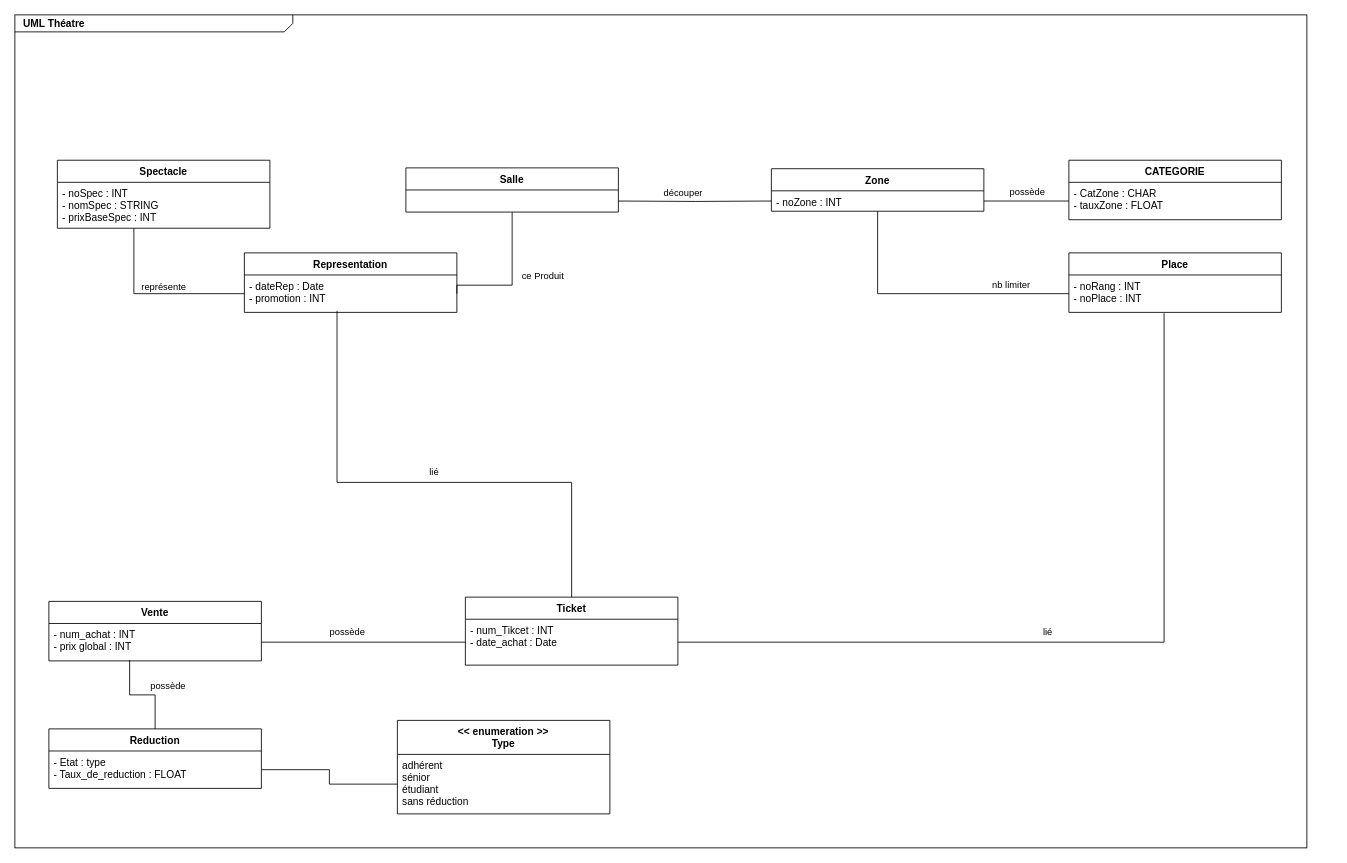
NoxFly/CEBD-project-theater keeps this draw.io diagram as UML_diagram.drawio. Above is the earlier version. Source tidied: cells renumbered, new cells numbered last; positions are measured from the earlier drawing's top-left corner, leaving out a move shared by most shapes. Both pictures are drawn from the tidied source at 85%, with x=0, y=0 at pixel (14, 14).
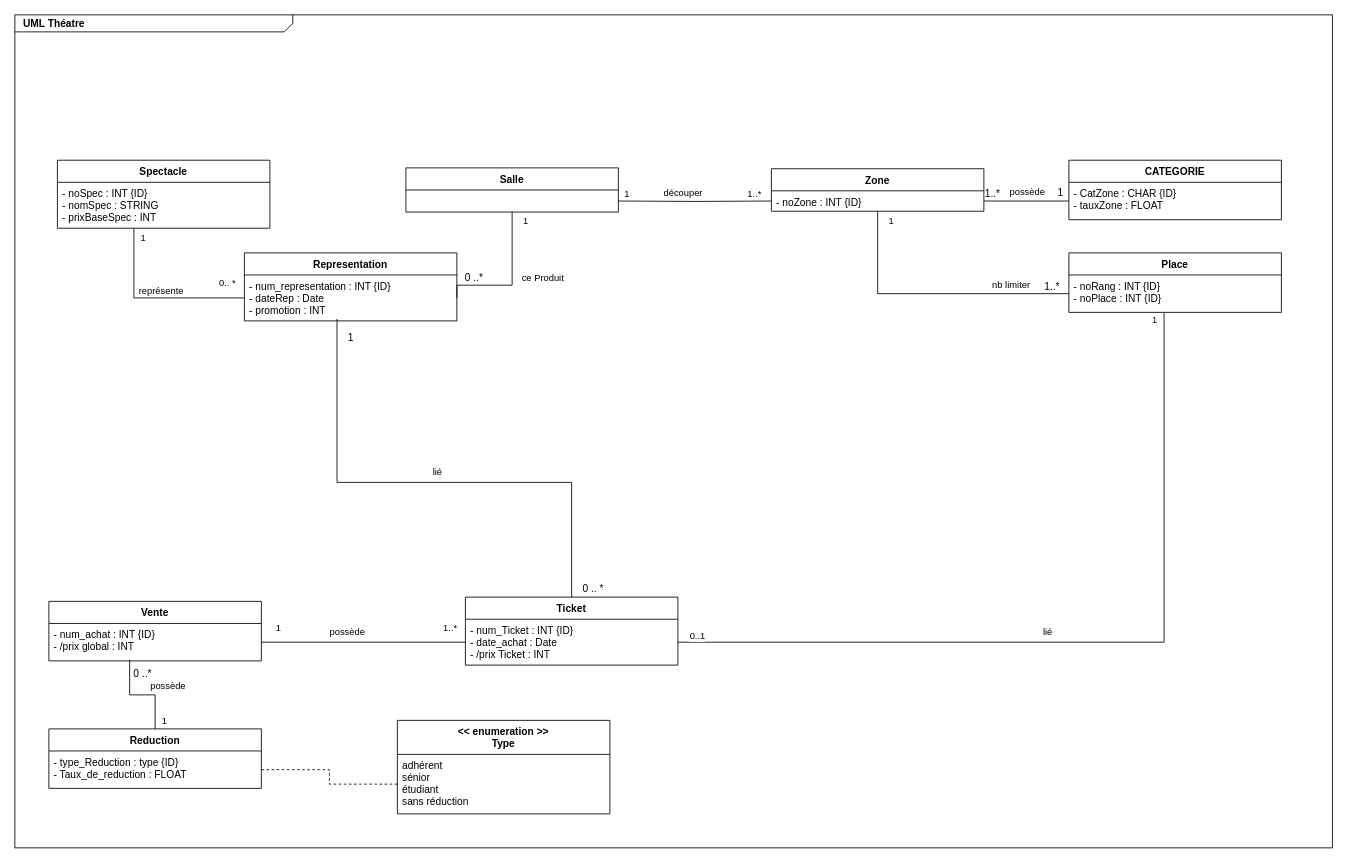
After the change.

The change refers to these unchanged cells:
```xml
<mxCell id="3" style="edgeStyle=orthogonalEdgeStyle;rounded=0;jettySize=auto;html=1;entryX=0.5;entryY=1;entryDx=0;entryDy=0;endArrow=none;endFill=0;exitX=1;exitY=0.5;exitDx=0;exitDy=0;" parent="1" edge="1" source="29" target="7">
  <mxGeometry relative="1" as="geometry">
    <Array as="points">
      <mxPoint x="585" y="318" />
    </Array>
  </mxGeometry>
</mxCell>
<mxCell id="5" value="Spectacle" style="swimlane;fontStyle=1;align=center;verticalAlign=top;horizontal=1;startSize=26;" parent="1" vertex="1">
  <mxGeometry x="50" y="171" width="250" height="80" as="geometry" />
</mxCell>
<mxCell id="8" value="Place" style="swimlane;fontStyle=1;align=center;verticalAlign=top;horizontal=1;startSize=26;" parent="1" vertex="1">
  <mxGeometry x="1240" y="280" width="250" height="70" as="geometry" />
</mxCell>
<mxCell id="10" value="CATEGORIE" style="swimlane;fontStyle=1;align=center;verticalAlign=top;horizontal=1;startSize=26;" parent="1" vertex="1">
  <mxGeometry x="1240" y="171" width="250" height="70" as="geometry" />
</mxCell>
<mxCell id="12" style="edgeStyle=orthogonalEdgeStyle;rounded=0;jettySize=auto;html=1;entryX=0.448;entryY=1.023;entryDx=0;entryDy=0;entryPerimeter=0;endArrow=none;endFill=0;exitX=1;exitY=0.5;exitDx=0;exitDy=0;" parent="1" edge="1" source="16" target="9">
  <mxGeometry relative="1" as="geometry" />
</mxCell>
<mxCell id="15" value="Ticket" style="swimlane;fontStyle=1;align=center;verticalAlign=top;horizontal=1;startSize=26;" parent="1" vertex="1">
  <mxGeometry x="530" y="685" width="250" height="80" as="geometry" />
</mxCell>
<mxCell id="17" style="edgeStyle=orthogonalEdgeStyle;rounded=0;jettySize=auto;html=1;entryX=0;entryY=0.5;entryDx=0;entryDy=0;endArrow=none;endFill=0;" parent="1" edge="1" source="19" target="9">
  <mxGeometry relative="1" as="geometry">
    <Array as="points">
      <mxPoint x="1015" y="328" />
    </Array>
  </mxGeometry>
</mxCell>
<mxCell id="19" value="Zone&#10;" style="swimlane;fontStyle=1;align=center;verticalAlign=top;horizontal=1;startSize=26;" parent="1" vertex="1">
  <mxGeometry x="890" y="181" width="250" height="50" as="geometry" />
</mxCell>
<mxCell id="21" value="découper" style="edgeStyle=orthogonalEdgeStyle;rounded=0;jettySize=auto;html=1;entryX=0;entryY=0.5;entryDx=0;entryDy=0;endArrow=none;endFill=0;" parent="1" edge="1" target="20">
  <mxGeometry x="-0.16" y="9" relative="1" as="geometry">
    <mxPoint x="710" y="219" as="sourcePoint" />
  </mxGeometry>
</mxCell>
<mxCell id="24" value="Vente" style="swimlane;fontStyle=1;align=center;verticalAlign=top;horizontal=1;startSize=26;" parent="1" vertex="1">
  <mxGeometry x="40" y="690" width="250" height="70" as="geometry" />
</mxCell>
<mxCell id="26" style="edgeStyle=orthogonalEdgeStyle;rounded=0;jettySize=auto;html=1;entryX=0;entryY=0.5;entryDx=0;entryDy=0;endArrow=none;endFill=0;" parent="1" edge="1" source="25" target="16">
  <mxGeometry relative="1" as="geometry" />
</mxCell>
<mxCell id="30" value="représente" style="edgeStyle=orthogonalEdgeStyle;rounded=0;jettySize=auto;html=1;entryX=0.36;entryY=1;entryDx=0;entryDy=0;entryPerimeter=0;endArrow=none;endFill=0;" parent="1" edge="1" source="29" target="6">
  <mxGeometry x="-0.08" y="-8" relative="1" as="geometry" />
</mxCell>
<mxCell id="31" value="possède" style="edgeStyle=orthogonalEdgeStyle;rounded=0;jettySize=auto;html=1;entryX=0.38;entryY=0.977;entryDx=0;entryDy=0;entryPerimeter=0;endArrow=none;endFill=0;" parent="1" edge="1" source="32" target="25">
  <mxGeometry x="-0.28" y="-18" relative="1" as="geometry">
    <mxPoint x="15" y="8" as="offset" />
  </mxGeometry>
</mxCell>
<mxCell id="32" value="Reduction" style="swimlane;fontStyle=1;align=center;verticalAlign=top;horizontal=1;startSize=26;" parent="1" vertex="1">
  <mxGeometry x="40" y="840" width="250" height="70" as="geometry" />
</mxCell>
<mxCell id="35" value="adhérent&#10;sénior&#10;étudiant&#10;sans réduction&#10;" style="text;strokeColor=none;fillColor=none;align=left;verticalAlign=top;spacingLeft=4;spacingRight=4;overflow=hidden;points=[[0,0.5],[1,0.5]];portConstraint=eastwest;" parent="34" vertex="1">
  <mxGeometry y="40" width="250" height="70" as="geometry" />
</mxCell>
```

Change to the diagram source:
```diff
@@
     <mxCell id="2" value="&lt;p style=&quot;margin: 0px ; margin-top: 4px ; margin-left: 10px ; text-align: left&quot;&gt;&lt;b&gt;UML Théatre&lt;/b&gt;&lt;/p&gt;" style="html=1;strokeWidth=1;shape=mxgraph.sysml.package;html=1;overflow=fill;whiteSpace=wrap;fillColor=none;gradientColor=none;fontSize=12;align=center;labelX=327.64;" parent="1" vertex="1">
-      <mxGeometry width="1520" height="980" as="geometry" />
+      <mxGeometry width="1550" height="980" as="geometry" />
     </mxCell>
@@
+    <mxCell id="37" value="1" style="edgeLabel;html=1;align=center;verticalAlign=middle;" parent="3" vertex="1">
+      <mxGeometry x="0.8" y="-2" relative="1" as="geometry">
+        <mxPoint x="13" y="-8" as="offset" />
+      </mxGeometry>
+    </mxCell>
@@
-    <mxCell id="6" value="- noSpec : INT&#10;- nomSpec : STRING&#10;- prixBaseSpec : INT" style="text;strokeColor=none;fillColor=none;align=left;verticalAlign=top;spacingLeft=4;spacingRight=4;overflow=hidden;points=[[0,0.5],[1,0.5]];portConstraint=eastwest;" parent="5" vertex="1">
+    <mxCell id="6" value="- noSpec : INT {ID}&#10;- nomSpec : STRING&#10;- prixBaseSpec : INT" style="text;strokeColor=none;fillColor=none;align=left;verticalAlign=top;spacingLeft=4;spacingRight=4;overflow=hidden;points=[[0,0.5],[1,0.5]];portConstraint=eastwest;" parent="5" vertex="1">
       <mxGeometry y="26" width="250" height="54" as="geometry" />
     </mxCell>
@@
-    <mxCell id="9" value="- noRang : INT&#10;- noPlace : INT" style="text;strokeColor=none;fillColor=none;align=left;verticalAlign=top;spacingLeft=4;spacingRight=4;overflow=hidden;points=[[0,0.5],[1,0.5]];portConstraint=eastwest;" parent="8" vertex="1">
+    <mxCell id="9" value="- noRang : INT {ID}&#10;- noPlace : INT {ID}" style="text;strokeColor=none;fillColor=none;align=left;verticalAlign=top;spacingLeft=4;spacingRight=4;overflow=hidden;points=[[0,0.5],[1,0.5]];portConstraint=eastwest;" parent="8" vertex="1">
       <mxGeometry y="26" width="250" height="44" as="geometry" />
     </mxCell>
@@
-    <mxCell id="11" value="- CatZone : CHAR&#10;- tauxZone : FLOAT" style="text;strokeColor=none;fillColor=none;align=left;verticalAlign=top;spacingLeft=4;spacingRight=4;overflow=hidden;points=[[0,0.5],[1,0.5]];portConstraint=eastwest;" parent="10" vertex="1">
+    <mxCell id="11" value="- CatZone : CHAR {ID}&#10;- tauxZone : FLOAT" style="text;strokeColor=none;fillColor=none;align=left;verticalAlign=top;spacingLeft=4;spacingRight=4;overflow=hidden;points=[[0,0.5],[1,0.5]];portConstraint=eastwest;" parent="10" vertex="1">
       <mxGeometry y="26" width="250" height="44" as="geometry" />
     </mxCell>
@@
+    <mxCell id="38" value="0..1" style="edgeLabel;html=1;align=center;verticalAlign=middle;" parent="12" vertex="1">
+      <mxGeometry x="-0.96" y="1" relative="1" as="geometry">
+        <mxPoint x="3" y="-7" as="offset" />
+      </mxGeometry>
+    </mxCell>
+    <mxCell id="39" value="1" style="edgeLabel;html=1;align=center;verticalAlign=middle;" parent="12" vertex="1">
+      <mxGeometry x="0.96" relative="1" as="geometry">
+        <mxPoint x="-12" y="-12" as="offset" />
+      </mxGeometry>
+    </mxCell>
@@
-    <mxCell id="16" value="- num_Tikcet : INT&#10;- date_achat : Date" style="text;strokeColor=none;fillColor=none;align=left;verticalAlign=top;spacingLeft=4;spacingRight=4;overflow=hidden;points=[[0,0.5],[1,0.5]];portConstraint=eastwest;" parent="15" vertex="1">
+    <mxCell id="16" value="- num_Ticket : INT {ID}&#10;- date_achat : Date&#10;- /prix Ticket : INT" style="text;strokeColor=none;fillColor=none;align=left;verticalAlign=top;spacingLeft=4;spacingRight=4;overflow=hidden;points=[[0,0.5],[1,0.5]];portConstraint=eastwest;" parent="15" vertex="1">
       <mxGeometry y="26" width="250" height="54" as="geometry" />
     </mxCell>
@@
+    <mxCell id="40" value="1" style="edgeLabel;html=1;align=center;verticalAlign=middle;" parent="17" vertex="1">
+      <mxGeometry x="-0.84" relative="1" as="geometry">
+        <mxPoint x="15" y="-16" as="offset" />
+      </mxGeometry>
+    </mxCell>
@@
-    <mxCell id="20" value="- noZone : INT" style="text;strokeColor=none;fillColor=none;align=left;verticalAlign=top;spacingLeft=4;spacingRight=4;overflow=hidden;points=[[0,0.5],[1,0.5]];portConstraint=eastwest;" parent="19" vertex="1">
+    <mxCell id="20" value="- noZone : INT {ID}" style="text;strokeColor=none;fillColor=none;align=left;verticalAlign=top;spacingLeft=4;spacingRight=4;overflow=hidden;points=[[0,0.5],[1,0.5]];portConstraint=eastwest;" parent="19" vertex="1">
       <mxGeometry y="26" width="250" height="24" as="geometry" />
     </mxCell>
@@
+    <mxCell id="41" value="1..*" style="edgeLabel;html=1;align=center;verticalAlign=middle;" parent="21" vertex="1">
+      <mxGeometry x="0.4" relative="1" as="geometry">
+        <mxPoint x="34" y="-9" as="offset" />
+      </mxGeometry>
+    </mxCell>
+    <mxCell id="42" value="1" style="edgeLabel;html=1;align=center;verticalAlign=middle;" parent="21" vertex="1">
+      <mxGeometry x="-0.76" relative="1" as="geometry">
+        <mxPoint x="-12" y="-9" as="offset" />
+      </mxGeometry>
+    </mxCell>
@@
-    <mxCell id="25" value="- num_achat : INT&#10;- prix global : INT" style="text;strokeColor=none;fillColor=none;align=left;verticalAlign=top;spacingLeft=4;spacingRight=4;overflow=hidden;points=[[0,0.5],[1,0.5]];portConstraint=eastwest;" parent="24" vertex="1">
+    <mxCell id="25" value="- num_achat : INT {ID}&#10;- /prix global : INT " style="text;strokeColor=none;fillColor=none;align=left;verticalAlign=top;spacingLeft=4;spacingRight=4;overflow=hidden;points=[[0,0.5],[1,0.5]];portConstraint=eastwest;" parent="24" vertex="1">
       <mxGeometry y="26" width="250" height="44" as="geometry" />
     </mxCell>
@@
+    <mxCell id="43" value="1..*" style="edgeLabel;html=1;align=center;verticalAlign=middle;" parent="26" vertex="1">
+      <mxGeometry x="0.58" relative="1" as="geometry">
+        <mxPoint x="31" y="-18" as="offset" />
+      </mxGeometry>
+    </mxCell>
+    <mxCell id="44" value="1" style="edgeLabel;html=1;align=center;verticalAlign=middle;" parent="26" vertex="1">
+      <mxGeometry x="-0.84" y="-1" relative="1" as="geometry">
+        <mxPoint y="-19" as="offset" />
+      </mxGeometry>
+    </mxCell>
     <mxCell id="28" value="Representation" style="swimlane;fontStyle=1;align=center;verticalAlign=top;horizontal=1;startSize=26;" parent="1" vertex="1">
-      <mxGeometry x="270" y="280" width="250" height="70" as="geometry" />
+      <mxGeometry x="270" y="280" width="250" height="80" as="geometry" />
     </mxCell>
-    <mxCell id="29" value="- dateRep : Date&#10;- promotion : INT" style="text;strokeColor=none;fillColor=none;align=left;verticalAlign=top;spacingLeft=4;spacingRight=4;overflow=hidden;points=[[0,0.5],[1,0.5]];portConstraint=eastwest;" parent="28" vertex="1">
-      <mxGeometry y="26" width="250" height="44" as="geometry" />
+    <mxCell id="29" value="- num_representation : INT {ID}&#10;- dateRep : Date&#10;- promotion : INT" style="text;strokeColor=none;fillColor=none;align=left;verticalAlign=top;spacingLeft=4;spacingRight=4;overflow=hidden;points=[[0,0.5],[1,0.5]];portConstraint=eastwest;" parent="28" vertex="1">
+      <mxGeometry y="26" width="250" height="54" as="geometry" />
     </mxCell>
@@
+    <mxCell id="45" value="1" style="edgeLabel;html=1;align=center;verticalAlign=middle;" parent="30" vertex="1">
+      <mxGeometry x="0.78" y="2" relative="1" as="geometry">
+        <mxPoint x="12" y="-13" as="offset" />
+      </mxGeometry>
+    </mxCell>
+    <mxCell id="46" value="0.. *" style="edgeLabel;html=1;align=center;verticalAlign=middle;" parent="30" vertex="1">
+      <mxGeometry x="-0.52" y="-2" relative="1" as="geometry">
+        <mxPoint x="30" y="-16" as="offset" />
+      </mxGeometry>
+    </mxCell>
@@
+    <mxCell id="47" value="1" style="edgeLabel;html=1;align=center;verticalAlign=middle;" parent="31" vertex="1">
+      <mxGeometry x="-0.83" y="-1" relative="1" as="geometry">
+        <mxPoint x="9" y="-1" as="offset" />
+      </mxGeometry>
+    </mxCell>
@@
-    <mxCell id="33" value="- Etat : type&#10;- Taux_de_reduction : FLOAT" style="text;strokeColor=none;fillColor=none;align=left;verticalAlign=top;spacingLeft=4;spacingRight=4;overflow=hidden;points=[[0,0.5],[1,0.5]];portConstraint=eastwest;" parent="32" vertex="1">
+    <mxCell id="33" value="- type_Reduction : type {ID}&#10;- Taux_de_reduction : FLOAT" style="text;strokeColor=none;fillColor=none;align=left;verticalAlign=top;spacingLeft=4;spacingRight=4;overflow=hidden;points=[[0,0.5],[1,0.5]];portConstraint=eastwest;" parent="32" vertex="1">
       <mxGeometry y="26" width="250" height="44" as="geometry" />
     </mxCell>
@@
-    <mxCell id="36" style="edgeStyle=orthogonalEdgeStyle;rounded=0;jettySize=auto;html=1;endArrow=none;endFill=0;" parent="1" edge="1" source="33" target="35">
+    <mxCell id="36" style="edgeStyle=orthogonalEdgeStyle;rounded=0;jettySize=auto;html=1;endArrow=none;endFill=0;dashed=1;" parent="1" edge="1" source="33" target="35">
       <mxGeometry relative="1" as="geometry" />
     </mxCell>
+    <mxCell id="48" value="0 ..*" style="text;html=1;align=center;verticalAlign=middle;strokeColor=none;fillColor=none;" parent="1" vertex="1">
+      <mxGeometry x="130" y="765" width="40" height="20" as="geometry" />
+    </mxCell>
+    <mxCell id="49" value="0 ..*" style="text;html=1;align=center;verticalAlign=middle;strokeColor=none;fillColor=none;" parent="1" vertex="1">
+      <mxGeometry x="520" y="300" width="40" height="20" as="geometry" />
+    </mxCell>
+    <mxCell id="50" value="1..*" style="text;html=1;align=center;verticalAlign=middle;strokeColor=none;fillColor=none;" parent="1" vertex="1">
+      <mxGeometry x="1135" y="201" width="30" height="20" as="geometry" />
+    </mxCell>
+    <mxCell id="51" value="1" style="text;html=1;align=center;verticalAlign=middle;strokeColor=none;fillColor=none;" parent="1" vertex="1">
+      <mxGeometry x="1220" y="200" width="20" height="20" as="geometry" />
+    </mxCell>
+    <mxCell id="52" value="1..*" style="text;html=1;align=center;verticalAlign=middle;strokeColor=none;fillColor=none;" parent="1" vertex="1">
+      <mxGeometry x="1205" y="310" width="30" height="20" as="geometry" />
+    </mxCell>
+    <mxCell id="53" value="1" style="text;html=1;align=center;verticalAlign=middle;strokeColor=none;fillColor=none;" parent="1" vertex="1">
+      <mxGeometry x="385" y="370" width="20" height="20" as="geometry" />
+    </mxCell>
+    <mxCell id="54" value="0 .. *" style="text;html=1;align=center;verticalAlign=middle;strokeColor=none;fillColor=none;" parent="1" vertex="1">
+      <mxGeometry x="660" y="665" width="40" height="20" as="geometry" />
+    </mxCell>
```
